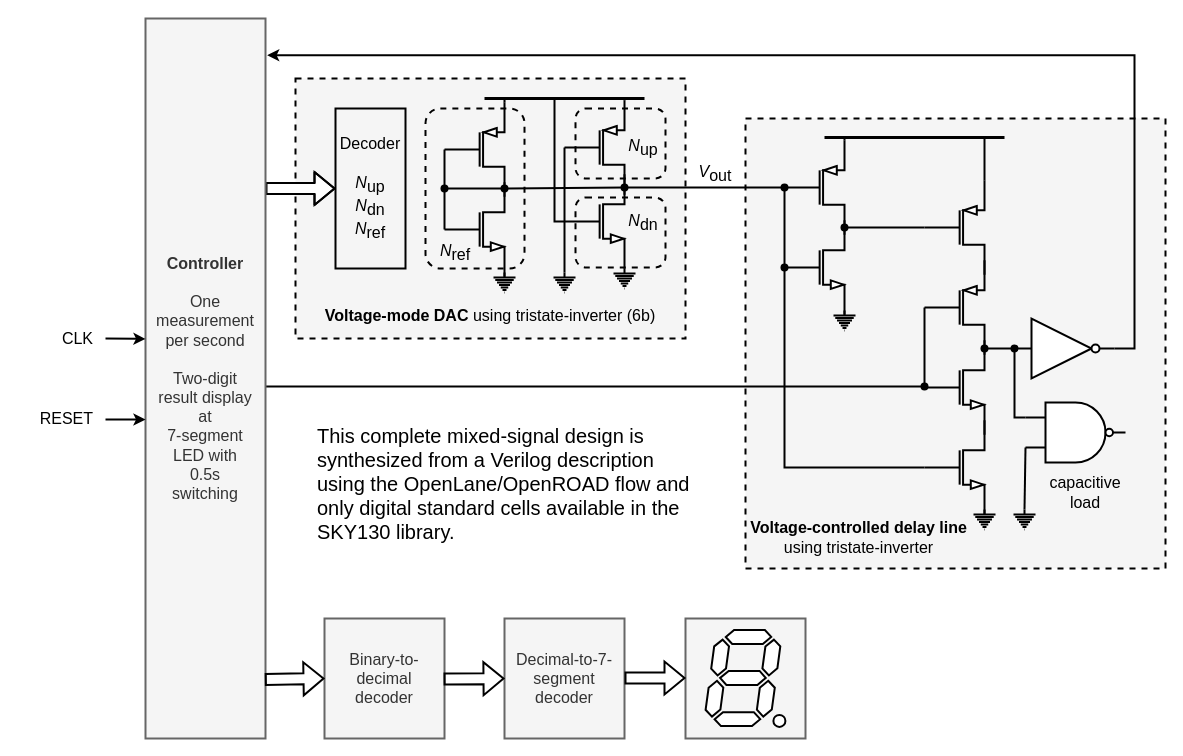
Above: doc/synthesized_temperature_sensor.drawio in hpretl/tt03-tempsensor (draw.io), before the change. Source tidied: cells renumbered, new cells numbered last; positions are measured from the earlier drawing's top-left corner, leaving out a move shared by most shapes. Both pictures are drawn from the tidied source at 100%, with x=0, y=0 at pixel (35, 18).
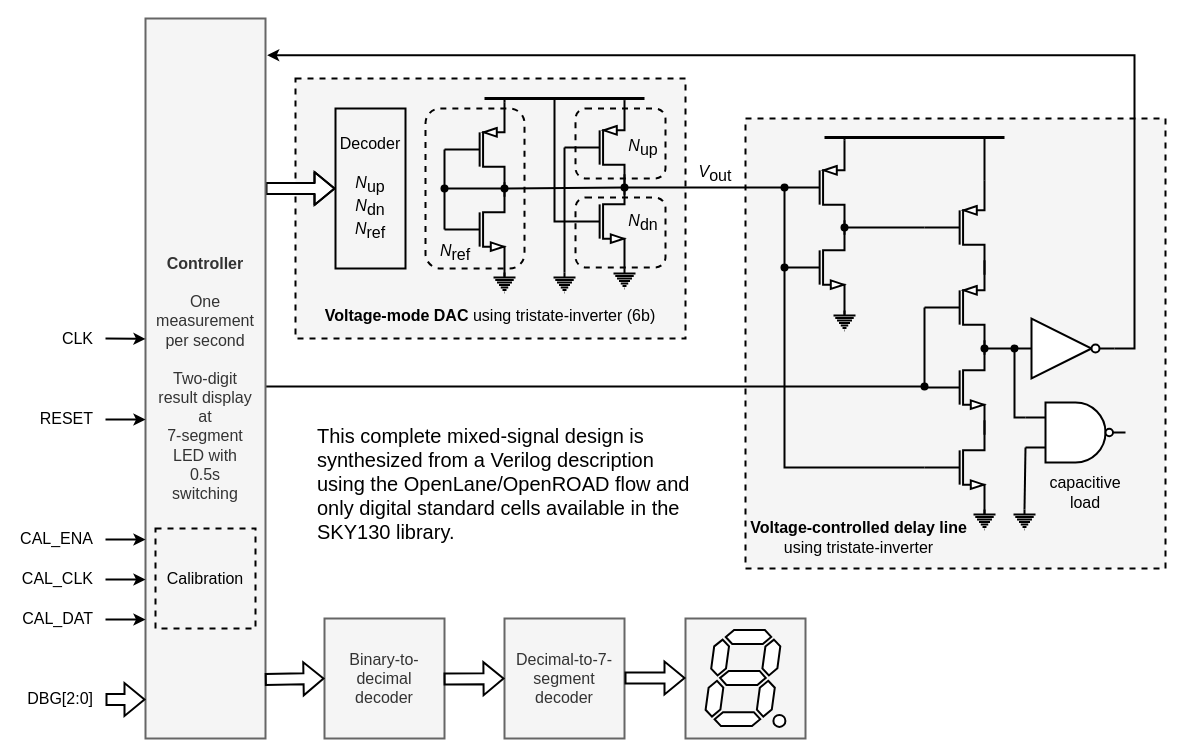
The same page after the edit.

Commit message (it also covers changes not shown here):
Update figure to show DBG and CAL inputs

The edit, as a diff of the source:
```diff
@@
+    <mxCell id="80" style="shape=flexArrow;endArrow=classic;html=1;rounded=0;entryX=0;entryY=0.5;entryDx=0;entryDy=0;fillColor=default;strokeWidth=2;fontSize=16;" parent="1" edge="1">
+      <mxGeometry relative="1" as="geometry">
+        <mxPoint x="70" y="681" as="sourcePoint" />
+        <mxPoint x="110" y="681" as="targetPoint" />
+        <Array as="points">
+          <mxPoint x="70" y="681" />
+        </Array>
+      </mxGeometry>
+    </mxCell>
+    <mxCell id="81" style="endArrow=classic;html=1;rounded=0;strokeWidth=2;" parent="1" edge="1">
+      <mxGeometry relative="1" as="geometry">
+        <mxPoint x="70" y="521" as="sourcePoint" />
+        <mxPoint x="110" y="521" as="targetPoint" />
+      </mxGeometry>
+    </mxCell>
+    <mxCell id="82" style="endArrow=classic;html=1;rounded=0;strokeWidth=2;" parent="1" edge="1">
+      <mxGeometry relative="1" as="geometry">
+        <mxPoint x="70" y="561" as="sourcePoint" />
+        <mxPoint x="110" y="561" as="targetPoint" />
+      </mxGeometry>
+    </mxCell>
+    <mxCell id="83" style="endArrow=classic;html=1;rounded=0;strokeWidth=2;" parent="1" edge="1">
+      <mxGeometry relative="1" as="geometry">
+        <mxPoint x="70" y="601" as="sourcePoint" />
+        <mxPoint x="110" y="601" as="targetPoint" />
+      </mxGeometry>
+    </mxCell>
+    <mxCell id="84" value="&lt;font style=&quot;font-size: 16px;&quot;&gt;Calibration&lt;br style=&quot;font-size: 16px;&quot;&gt;&lt;/font&gt;" style="rounded=0;whiteSpace=wrap;html=1;fillColor=none;strokeWidth=2;fontSize=16;dashed=1;" parent="1" vertex="1">
+      <mxGeometry x="120" y="510" width="100" height="100" as="geometry" />
+    </mxCell>
+    <mxCell id="85" value="CAL_ENA" style="text;html=1;strokeColor=none;fillColor=none;align=right;verticalAlign=middle;whiteSpace=wrap;rounded=0;fontSize=16;strokeWidth=2;labelPosition=center;verticalLabelPosition=middle;" parent="1" vertex="1">
+      <mxGeometry x="-18" y="500" width="78" height="39" as="geometry" />
+    </mxCell>
+    <mxCell id="86" value="CAL_CLK" style="text;html=1;strokeColor=none;fillColor=none;align=right;verticalAlign=middle;whiteSpace=wrap;rounded=0;fontSize=16;strokeWidth=2;labelPosition=center;verticalLabelPosition=middle;" parent="1" vertex="1">
+      <mxGeometry x="-18" y="540.5" width="78" height="39" as="geometry" />
+    </mxCell>
+    <mxCell id="87" value="CAL_DAT" style="text;html=1;strokeColor=none;fillColor=none;align=right;verticalAlign=middle;whiteSpace=wrap;rounded=0;fontSize=16;strokeWidth=2;labelPosition=center;verticalLabelPosition=middle;" parent="1" vertex="1">
+      <mxGeometry x="-18" y="580.5" width="78" height="39" as="geometry" />
+    </mxCell>
+    <mxCell id="88" value="DBG[2:0]" style="text;html=1;strokeColor=none;fillColor=none;align=right;verticalAlign=middle;whiteSpace=wrap;rounded=0;fontSize=16;strokeWidth=2;labelPosition=center;verticalLabelPosition=middle;" parent="1" vertex="1">
+      <mxGeometry x="-18" y="660.5" width="78" height="39" as="geometry" />
+    </mxCell>
```
